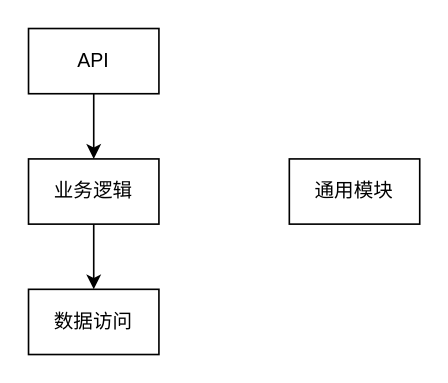
Above: Software/分层模式示例.drawio in noobwu/diagrams (draw.io), before the change. Source tidied: cells renumbered, new cells numbered last; positions are measured from the earlier drawing's top-left corner, leaving out a move shared by most shapes. Both pictures are drawn from the tidied source at 163%, with x=0, y=0 at pixel (28, 28).
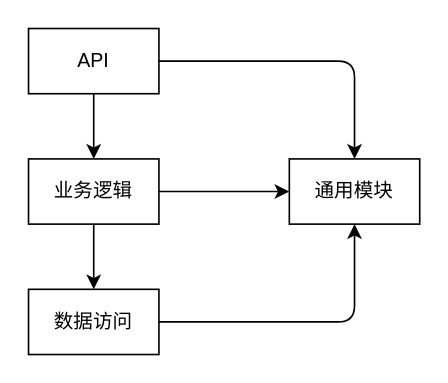
The same page after the edit.

Commit message (it also covers changes not shown here):
Update 分层模式示例.drawio

The edit, as a diff of the source:
```diff
@@
 <mxGraphModel>
   <root>
     <mxCell id="0" />
     <mxCell id="1" parent="0" />
     <mxCell id="2" style="edgeStyle=orthogonalEdgeStyle;rounded=0;jettySize=auto;html=1;" parent="1" edge="1" source="3" target="5">
       <mxGeometry relative="1" as="geometry" />
     </mxCell>
     <mxCell id="3" value="API" style="rounded=0;whiteSpace=wrap;html=1;" parent="1" vertex="1">
       <mxGeometry width="80" height="40" as="geometry" />
     </mxCell>
     <mxCell id="4" style="edgeStyle=orthogonalEdgeStyle;rounded=0;jettySize=auto;html=1;" parent="1" edge="1" source="5" target="6">
       <mxGeometry relative="1" as="geometry" />
     </mxCell>
+    <mxCell id="8" style="edgeStyle=orthogonalEdgeStyle;rounded=0;jettySize=auto;html=1;" parent="1" edge="1" source="5" target="7">
+      <mxGeometry relative="1" as="geometry" />
+    </mxCell>
     <mxCell id="5" value="业务逻辑" style="rounded=0;whiteSpace=wrap;html=1;" parent="1" vertex="1">
       <mxGeometry y="80" width="80" height="40" as="geometry" />
     </mxCell>
     <mxCell id="6" value="数据访问" style="rounded=0;whiteSpace=wrap;html=1;" parent="1" vertex="1">
       <mxGeometry y="160" width="80" height="40" as="geometry" />
     </mxCell>
     <mxCell id="7" value="通用模块" style="rounded=0;whiteSpace=wrap;html=1;" parent="1" vertex="1">
       <mxGeometry x="160" y="80" width="80" height="40" as="geometry" />
     </mxCell>
+    <mxCell id="9" style="edgeStyle=segmentEdgeStyle;endArrow=classic;html=1;exitX=1;exitY=0.5;exitDx=0;exitDy=0;entryX=0.5;entryY=0;entryDx=0;entryDy=0;" parent="1" edge="1" source="3" target="7">
+      <mxGeometry relative="1" as="geometry" />
+    </mxCell>
+    <mxCell id="10" style="edgeStyle=segmentEdgeStyle;endArrow=classic;html=1;exitX=1;exitY=0.5;exitDx=0;exitDy=0;entryX=0.5;entryY=1;entryDx=0;entryDy=0;" parent="1" edge="1" source="6" target="7">
+      <mxGeometry relative="1" as="geometry" />
+    </mxCell>
   </root>
 </mxGraphModel>
```
